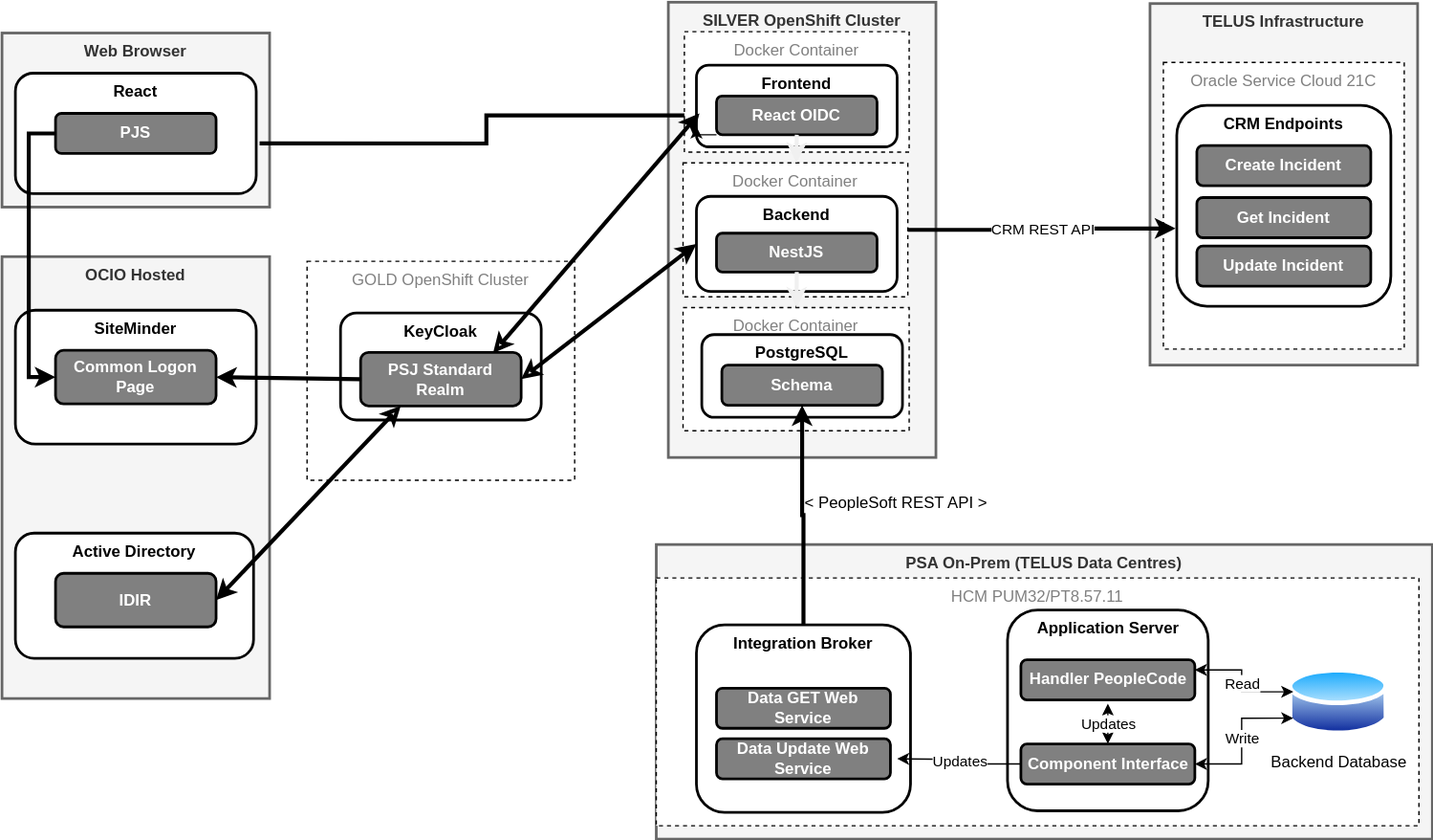
Above: docs/architecture/architecture-Current State (2023).drawio.svg in bcgov/psa-job-store (draw.io), before the change. Source tidied: cells renumbered, new cells last; positions are measured from the earlier drawing's top-left corner, leaving out a move shared by most shapes.
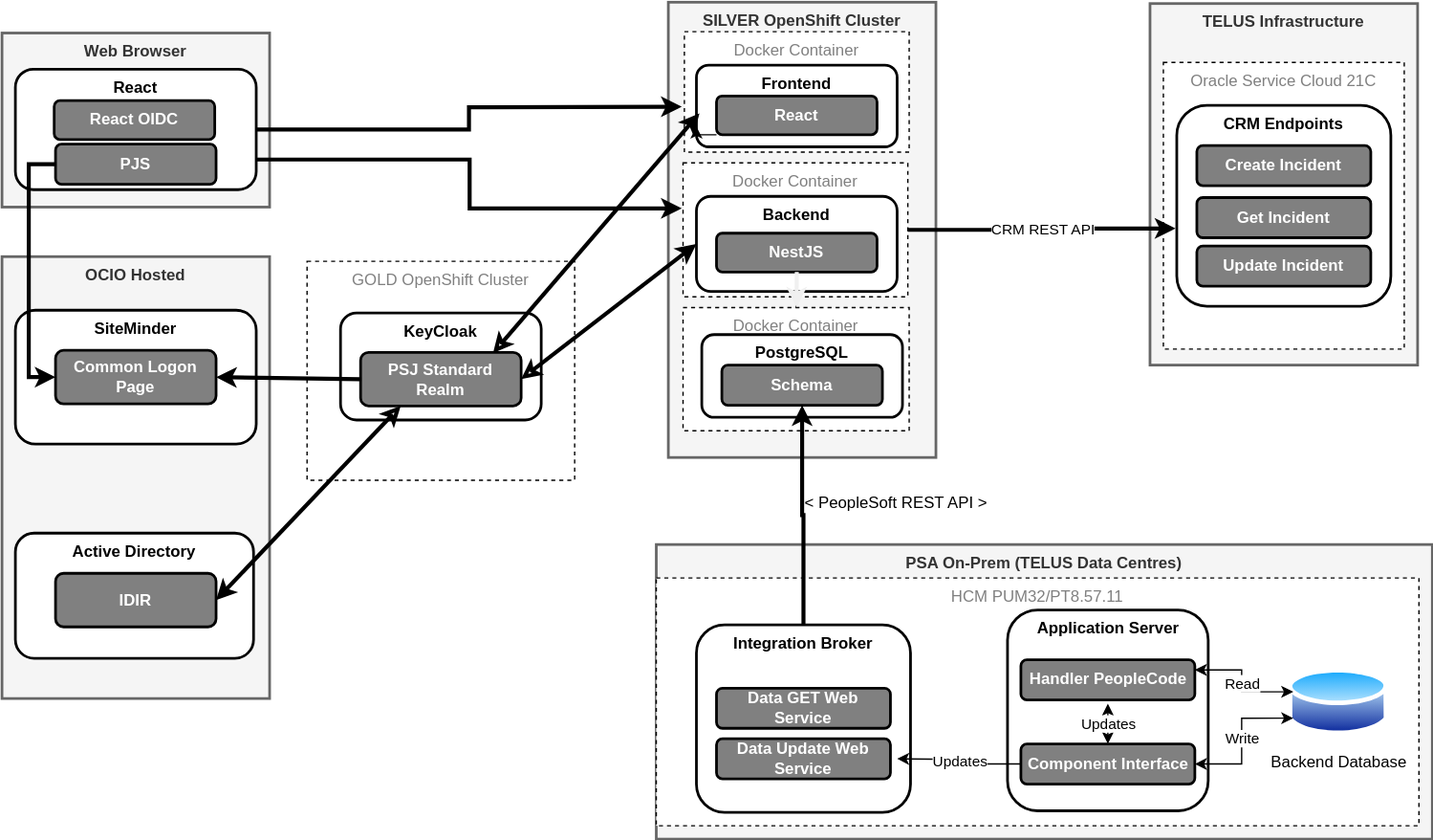
The same diagram one commit later.

Commit message:
Addtional refinements as per team review

Change to the diagram source:
```diff
@@ -9,10 +9,10 @@
       <mxGeometry y="23" width="200" height="130" as="geometry" />
     </mxCell>
     <mxCell id="4" value="React" style="rounded=1;whiteSpace=wrap;html=1;strokeWidth=2;verticalAlign=top;fontStyle=1;" parent="1" vertex="1">
-      <mxGeometry x="10" y="53" width="180" height="90" as="geometry" />
+      <mxGeometry x="10" y="50" width="180" height="90" as="geometry" />
     </mxCell>
     <mxCell id="5" value="PJS" style="rounded=1;whiteSpace=wrap;html=1;strokeWidth=2;fillColor=#808080;fontColor=#FFFFFF;fontStyle=1;" parent="1" vertex="1">
-      <mxGeometry x="40" y="83" width="120" height="30" as="geometry" />
+      <mxGeometry x="40" y="106" width="120" height="30" as="geometry" />
     </mxCell>
     <mxCell id="6" value="OCIO Hosted" style="rounded=0;whiteSpace=wrap;html=1;verticalAlign=top;fillColor=#f5f5f5;strokeColor=#666666;fontColor=#333333;strokeWidth=2;fontStyle=1;" parent="1" vertex="1">
       <mxGeometry y="190" width="200" height="330" as="geometry" />
@@ -29,8 +29,10 @@
     <mxCell id="10" value="SILVER OpenShift Cluster" style="rounded=0;whiteSpace=wrap;html=1;verticalAlign=top;fillColor=#f5f5f5;strokeColor=#666666;fontColor=#333333;strokeWidth=2;fontStyle=1;" parent="1" vertex="1">
       <mxGeometry x="498" width="200" height="340" as="geometry" />
     </mxCell>
-    <mxCell id="11" style="edgeStyle=orthogonalEdgeStyle;rounded=0;jettySize=auto;html=1;startArrow=classic;startFill=1;endArrow=none;endFill=0;fontColor=#FFFFFF;entryX=1.014;entryY=0.583;entryDx=0;entryDy=0;strokeWidth=3;entryPerimeter=0;exitX=0;exitY=0.5;exitDx=0;exitDy=0;" parent="1" edge="1" source="22" target="4">
-      <mxGeometry relative="1" as="geometry" />
+    <mxCell id="11" style="edgeStyle=orthogonalEdgeStyle;rounded=0;jettySize=auto;html=1;startArrow=classic;startFill=1;endArrow=none;endFill=0;fontColor=#FFFFFF;strokeWidth=3;" parent="1" edge="1" target="4">
+      <mxGeometry relative="1" as="geometry">
+        <mxPoint x="508" y="78" as="sourcePoint" />
+      </mxGeometry>
     </mxCell>
     <mxCell id="12" value="GOLD OpenShift Cluster" style="rounded=0;whiteSpace=wrap;html=1;strokeWidth=1;fillColor=#FFFFFF;fontColor=#808080;dashed=1;verticalAlign=top;" parent="1" vertex="1">
       <mxGeometry x="228" y="193.5" width="200" height="163.5" as="geometry" />
@@ -62,7 +64,7 @@
     <mxCell id="21" style="edgeStyle=orthogonalEdgeStyle;rounded=0;jettySize=auto;html=1;exitX=0;exitY=1;exitDx=0;exitDy=0;entryX=0;entryY=0.75;entryDx=0;entryDy=0;" parent="1" edge="1" source="22" target="20">
       <mxGeometry relative="1" as="geometry" />
     </mxCell>
-    <mxCell id="22" value="React OIDC" style="rounded=1;whiteSpace=wrap;html=1;strokeWidth=2;fillColor=#808080;fontColor=#FFFFFF;fontStyle=1;" parent="1" vertex="1">
+    <mxCell id="22" value="React" style="rounded=1;whiteSpace=wrap;html=1;strokeWidth=2;fillColor=#808080;fontColor=#FFFFFF;fontStyle=1;" parent="1" vertex="1">
       <mxGeometry x="534" y="70" width="120" height="29" as="geometry" />
     </mxCell>
     <mxCell id="23" style="rounded=0;jettySize=auto;html=1;startArrow=classic;startFill=none;endArrow=classic;endFill=0;fontColor=#FFFFFF;entryX=0.825;entryY=0.013;entryDx=0;entryDy=0;strokeWidth=3;exitX=0.015;exitY=0.59;exitDx=0;exitDy=0;entryPerimeter=0;exitPerimeter=0;" parent="1" edge="1" source="20" target="15">
@@ -104,9 +106,6 @@
     <mxCell id="35" value="Backend Database" style="image;perimeter=ellipsePerimeter;html=1;align=center;shadow=0;dashed=0;spacingTop=3;image=img/lib/active_directory/database.svg;" parent="1" vertex="1">
       <mxGeometry x="961.5" y="495" width="75" height="55.5" as="geometry" />
     </mxCell>
-    <mxCell id="36" style="rounded=0;jettySize=auto;html=1;exitX=0.5;exitY=1;exitDx=0;exitDy=0;strokeColor=#f0f0f0;strokeWidth=3;startArrow=none;startFill=0;" parent="1" edge="1" source="22" target="28">
-      <mxGeometry relative="1" as="geometry" />
-    </mxCell>
     <mxCell id="37" value="Integration Broker" style="rounded=1;whiteSpace=wrap;html=1;strokeWidth=2;verticalAlign=top;fontStyle=1;" parent="1" vertex="1">
       <mxGeometry x="519" y="465" width="160" height="140" as="geometry" />
     </mxCell>
@@ -165,5 +164,11 @@
     <mxCell id="54" value="Update Incident" style="rounded=1;whiteSpace=wrap;html=1;strokeWidth=2;fillColor=#808080;fontColor=#FFFFFF;fontStyle=1;" parent="1" vertex="1">
       <mxGeometry x="893" y="182" width="130" height="30" as="geometry" />
     </mxCell>
+    <mxCell id="55" value="React OIDC" style="rounded=1;whiteSpace=wrap;html=1;strokeWidth=2;fillColor=#808080;fontColor=#FFFFFF;fontStyle=1;" parent="1" vertex="1">
+      <mxGeometry x="39" y="73.5" width="120" height="29" as="geometry" />
+    </mxCell>
+    <mxCell id="56" style="edgeStyle=orthogonalEdgeStyle;rounded=0;jettySize=auto;html=1;startArrow=classic;startFill=1;endArrow=none;endFill=0;fontColor=#FFFFFF;strokeWidth=3;exitX=-0.006;exitY=0.34;exitDx=0;exitDy=0;exitPerimeter=0;entryX=1;entryY=0.75;entryDx=0;entryDy=0;" parent="1" edge="1" source="28" target="4">
+      <mxGeometry relative="1" as="geometry" />
+    </mxCell>
   </root>
 </mxGraphModel>
```
